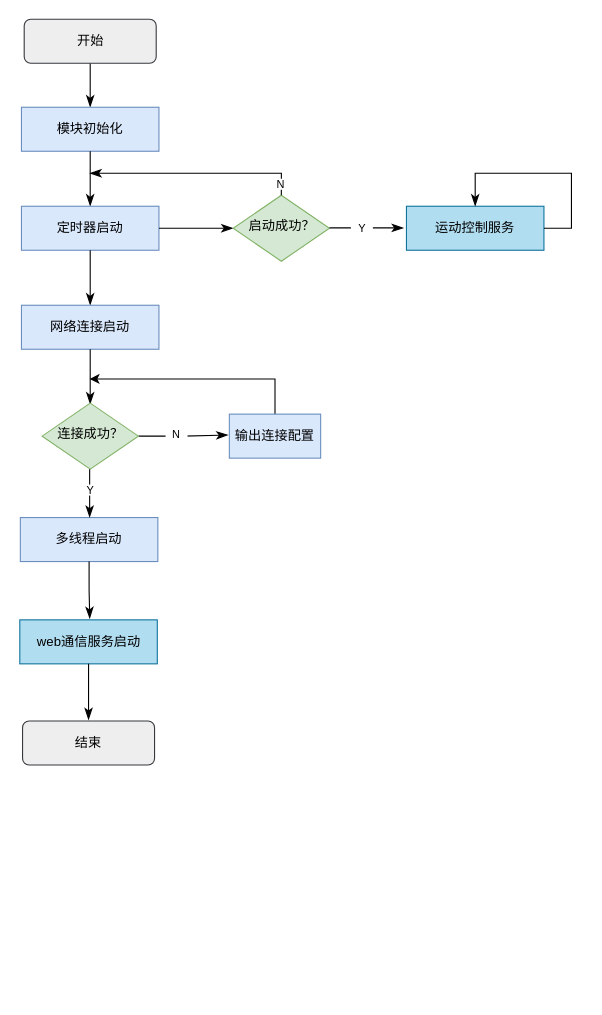
This is 图4.8mainpy文件.drawio from KAZAMA-DREAM/picture, a draw.io file, before an edit. Source tidied: cells renumbered, new cells numbered last; positions are measured from the earlier drawing's top-left corner, leaving out a move shared by most shapes. Both pictures are drawn from the tidied source at 110%, with x=0, y=0 at pixel (20, 19).
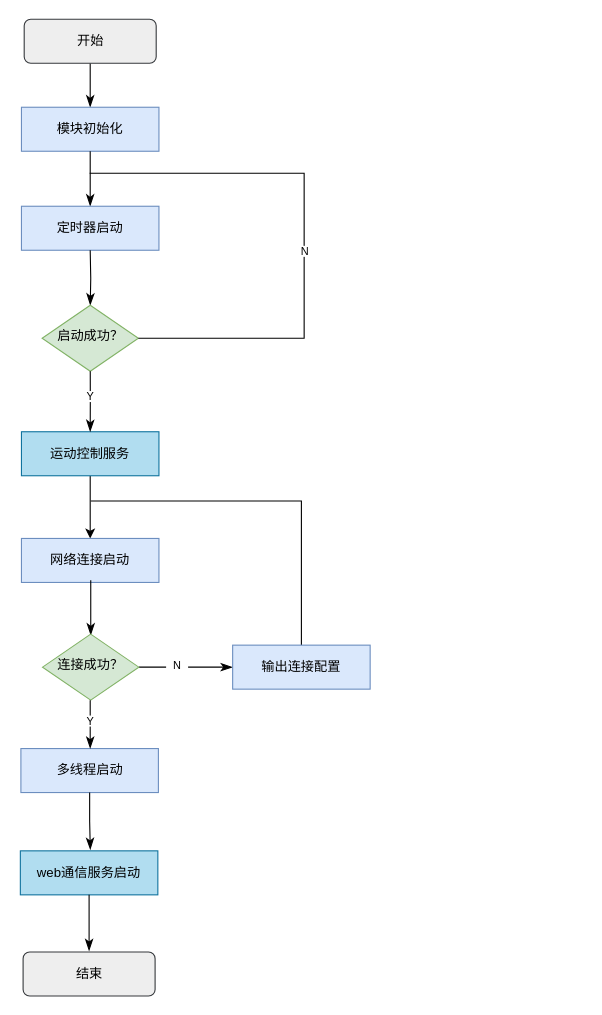
The same diagram, later.

Commit message:
更新图4.8mainpy文件.drawio

Unchanged cells that the change refers to:
```xml
<mxCell id="6" value="定时器启动" style="rounded=0;whiteSpace=wrap;html=1;fillColor=#dae8fc;strokeColor=#6c8ebf;" parent="1" vertex="1">
  <mxGeometry x="1" y="170" width="125" height="40" as="geometry" />
</mxCell>
```

What changed in the source:
```diff
@@
-    <mxCell id="7" style="rounded=0;html=1;jettySize=auto;orthogonalLoop=1;fontSize=11;endArrow=classicThin;endFill=1;endSize=8;strokeWidth=1;shadow=0;labelBackgroundColor=none;edgeStyle=orthogonalEdgeStyle;exitX=0.5;exitY=1;exitDx=0;exitDy=0;" parent="1" edge="1">
+    <mxCell id="7" style="rounded=0;html=1;jettySize=auto;fontSize=11;endArrow=classicThin;endFill=1;endSize=8;strokeWidth=1;shadow=0;labelBackgroundColor=none;edgeStyle=orthogonalEdgeStyle;exitX=0.5;exitY=1;exitDx=0;exitDy=0;entryX=0.5;entryY=0;entryDx=0;entryDy=0;" parent="1" edge="1" target="14">
       <mxGeometry relative="1" as="geometry">
         <mxPoint x="63.5" y="210" as="sourcePoint" />
-        <mxPoint x="63.5" y="260" as="targetPoint" />
       </mxGeometry>
     </mxCell>
-    <mxCell id="8" value="网络连接启动" style="rounded=0;whiteSpace=wrap;html=1;fillColor=#dae8fc;strokeColor=#6c8ebf;" parent="1" vertex="1">
-      <mxGeometry x="1" y="260" width="125" height="40" as="geometry" />
-    </mxCell>
-    <mxCell id="9" style="rounded=0;html=1;jettySize=auto;orthogonalLoop=1;fontSize=11;endArrow=classicThin;endFill=1;endSize=8;strokeWidth=1;shadow=0;labelBackgroundColor=none;edgeStyle=orthogonalEdgeStyle;exitX=0.5;exitY=1;exitDx=0;exitDy=0;" parent="1" edge="1">
-      <mxGeometry relative="1" as="geometry">
-        <mxPoint x="63.5" y="300" as="sourcePoint" />
-        <mxPoint x="63.5" y="350" as="targetPoint" />
-      </mxGeometry>
-    </mxCell>
-    <mxCell id="10" value="多线程启动" style="rounded=0;whiteSpace=wrap;html=1;fillColor=#dae8fc;strokeColor=#6c8ebf;" parent="1" vertex="1">
-      <mxGeometry y="453" width="125" height="40" as="geometry" />
-    </mxCell>
-    <mxCell id="11" style="rounded=0;html=1;jettySize=auto;fontSize=11;endArrow=classicThin;endFill=1;endSize=8;strokeWidth=1;shadow=0;labelBackgroundColor=none;edgeStyle=orthogonalEdgeStyle;exitX=1;exitY=0.5;exitDx=0;exitDy=0;" parent="1" edge="1" source="6">
-      <mxGeometry relative="1" as="geometry">
-        <mxPoint x="193.5" y="190" as="targetPoint" />
-      </mxGeometry>
-    </mxCell>
-    <mxCell id="12" style="rounded=0;html=1;jettySize=auto;fontSize=11;endArrow=classicThin;endFill=1;endSize=8;strokeWidth=1;shadow=0;labelBackgroundColor=none;edgeStyle=orthogonalEdgeStyle;exitX=1;exitY=0.5;exitDx=0;exitDy=0;" parent="1" edge="1" source="20">
-      <mxGeometry relative="1" as="geometry">
-        <mxPoint x="189" y="378" as="targetPoint" />
-      </mxGeometry>
-    </mxCell>
+    <mxCell id="30" style="edgeStyle=orthogonalEdgeStyle;rounded=0;jettySize=auto;html=1;" parent="1" edge="1" source="13" target="8">
+      <mxGeometry relative="1" as="geometry" />
+    </mxCell>
     <mxCell id="13" value="运动控制服务" style="rounded=0;whiteSpace=wrap;html=1;fillColor=#b1ddf0;strokeColor=#10739e;" parent="1" vertex="1">
-      <mxGeometry x="351" y="170" width="125" height="40" as="geometry" />
+      <mxGeometry x="1" y="375" width="125" height="40" as="geometry" />
     </mxCell>
     <mxCell id="14" value="启动成功？" style="rhombus;whiteSpace=wrap;html=1;shadow=0;fontFamily=Helvetica;fontSize=12;align=center;strokeWidth=1;spacing=6;spacingTop=-4;fillColor=#d5e8d4;strokeColor=#82b366;" parent="1" vertex="1">
-      <mxGeometry x="193.5" y="160" width="87.5" height="60" as="geometry" />
+      <mxGeometry x="19.8" y="260" width="87.5" height="60" as="geometry" />
     </mxCell>
-    <mxCell id="15" style="rounded=0;html=1;jettySize=auto;orthogonalLoop=1;fontSize=11;endArrow=classicThin;endFill=1;endSize=8;strokeWidth=1;shadow=0;labelBackgroundColor=none;edgeStyle=orthogonalEdgeStyle;exitX=1;exitY=0.5;exitDx=0;exitDy=0;" parent="1" edge="1">
-      <mxGeometry relative="1" as="geometry">
-        <mxPoint x="281" y="189.7" as="sourcePoint" />
-        <mxPoint x="348.5" y="189.7" as="targetPoint" />
-      </mxGeometry>
+    <mxCell id="15" style="rounded=0;html=1;jettySize=auto;fontSize=11;endArrow=classicThin;endFill=1;endSize=8;strokeWidth=1;shadow=0;labelBackgroundColor=none;edgeStyle=orthogonalEdgeStyle;exitX=0.5;exitY=1;exitDx=0;exitDy=0;entryX=0.5;entryY=0;entryDx=0;entryDy=0;" parent="1" edge="1" source="14" target="13">
+      <mxGeometry relative="1" as="geometry" />
     </mxCell>
-    <mxCell id="16" value="&lt;font style=&quot;font-size: 10px;&quot;&gt;Y&lt;/font&gt;" style="text;html=1;strokeColor=none;fillColor=default;align=center;verticalAlign=middle;whiteSpace=wrap;rounded=0;" parent="1" vertex="1">
-      <mxGeometry x="300.5" y="185" width="20" height="10" as="geometry" />
-    </mxCell>
-    <mxCell id="17" style="rounded=0;html=1;jettySize=auto;fontSize=11;endArrow=classicThin;endFill=1;endSize=8;strokeWidth=1;shadow=0;labelBackgroundColor=none;edgeStyle=orthogonalEdgeStyle;exitX=0.5;exitY=0;exitDx=0;exitDy=0;" parent="1" edge="1" source="14">
+    <mxCell id="17" style="rounded=0;html=1;jettySize=auto;fontSize=11;endArrow=none;endFill=0;endSize=8;strokeWidth=1;shadow=0;labelBackgroundColor=none;edgeStyle=orthogonalEdgeStyle;exitX=1;exitY=0.5;exitDx=0;exitDy=0;" parent="1" edge="1" source="14">
       <mxGeometry relative="1" as="geometry">
         <mxPoint x="63" y="140" as="targetPoint" />
         <Array as="points">
-          <mxPoint x="237" y="140" />
+          <mxPoint x="258" y="290" />
+          <mxPoint x="258" y="140" />
         </Array>
       </mxGeometry>
     </mxCell>
     <mxCell id="18" value="&lt;font style=&quot;font-size: 10px;&quot;&gt;N&lt;/font&gt;" style="text;html=1;strokeColor=none;fillColor=default;align=center;verticalAlign=middle;whiteSpace=wrap;rounded=0;" parent="1" vertex="1">
-      <mxGeometry x="227.2" y="145" width="20" height="10" as="geometry" />
+      <mxGeometry x="249" y="206" width="20" height="10" as="geometry" />
     </mxCell>
-    <mxCell id="19" style="rounded=0;html=1;jettySize=auto;orthogonalLoop=1;fontSize=11;endArrow=classicThin;endFill=1;endSize=8;strokeWidth=1;shadow=0;labelBackgroundColor=none;edgeStyle=orthogonalEdgeStyle;exitX=1;exitY=0.5;exitDx=0;exitDy=0;entryX=0.5;entryY=0;entryDx=0;entryDy=0;" parent="1" edge="1" source="13" target="13">
-      <mxGeometry relative="1" as="geometry">
-        <Array as="points">
-          <mxPoint x="501" y="190" />
-          <mxPoint x="501" y="140" />
-          <mxPoint x="414" y="140" />
-        </Array>
-      </mxGeometry>
-    </mxCell>
+    <mxCell id="8" value="网络连接启动" style="rounded=0;whiteSpace=wrap;html=1;fillColor=#dae8fc;strokeColor=#6c8ebf;" parent="1" vertex="1">
+      <mxGeometry x="1" y="472" width="125" height="40" as="geometry" />
+    </mxCell>
+    <mxCell id="31" style="rounded=0;html=1;jettySize=auto;orthogonalLoop=1;fontSize=11;endArrow=classicThin;endFill=1;endSize=8;strokeWidth=1;shadow=0;labelBackgroundColor=none;edgeStyle=orthogonalEdgeStyle;exitX=0.5;exitY=1;exitDx=0;exitDy=0;" parent="1" edge="1">
+      <mxGeometry relative="1" as="geometry">
+        <mxPoint x="64" y="510" as="sourcePoint" />
+        <mxPoint x="64" y="560" as="targetPoint" />
+      </mxGeometry>
+    </mxCell>
+    <mxCell id="10" value="多线程启动" style="rounded=0;whiteSpace=wrap;html=1;fillColor=#dae8fc;strokeColor=#6c8ebf;" parent="1" vertex="1">
+      <mxGeometry x="0.5" y="663" width="125" height="40" as="geometry" />
+    </mxCell>
+    <mxCell id="32" style="rounded=0;html=1;jettySize=auto;fontSize=11;endArrow=classicThin;endFill=1;endSize=8;strokeWidth=1;shadow=0;labelBackgroundColor=none;edgeStyle=orthogonalEdgeStyle;exitX=1;exitY=0.5;exitDx=0;exitDy=0;entryX=0;entryY=0.5;entryDx=0;entryDy=0;" parent="1" edge="1" source="20" target="25">
+      <mxGeometry relative="1" as="geometry" />
+    </mxCell>
     <mxCell id="20" value="连接成功？" style="rhombus;whiteSpace=wrap;html=1;shadow=0;fontFamily=Helvetica;fontSize=12;align=center;strokeWidth=1;spacing=6;spacingTop=-4;fillColor=#d5e8d4;strokeColor=#82b366;" parent="1" vertex="1">
-      <mxGeometry x="19.8" y="349" width="87.5" height="60" as="geometry" />
+      <mxGeometry x="20.2" y="559" width="87.5" height="60" as="geometry" />
     </mxCell>
-    <mxCell id="21" style="rounded=0;html=1;jettySize=auto;orthogonalLoop=1;fontSize=11;endArrow=classicThin;endFill=1;endSize=8;strokeWidth=1;shadow=0;labelBackgroundColor=none;edgeStyle=orthogonalEdgeStyle;exitX=0.5;exitY=1;exitDx=0;exitDy=0;" parent="1" edge="1">
-      <mxGeometry relative="1" as="geometry">
-        <mxPoint x="63" y="409" as="sourcePoint" />
-        <mxPoint x="63" y="453" as="targetPoint" />
-      </mxGeometry>
-    </mxCell>
-    <mxCell id="22" value="&lt;font style=&quot;font-size: 10px;&quot;&gt;Y&lt;/font&gt;" style="text;html=1;strokeColor=none;fillColor=default;align=center;verticalAlign=middle;whiteSpace=wrap;rounded=0;" parent="1" vertex="1">
-      <mxGeometry x="53.5" y="423" width="20" height="10" as="geometry" />
-    </mxCell>
+    <mxCell id="33" style="rounded=0;html=1;jettySize=auto;orthogonalLoop=1;fontSize=11;endArrow=classicThin;endFill=1;endSize=8;strokeWidth=1;shadow=0;labelBackgroundColor=none;edgeStyle=orthogonalEdgeStyle;exitX=0.5;exitY=1;exitDx=0;exitDy=0;" parent="1" edge="1">
+      <mxGeometry relative="1" as="geometry">
+        <mxPoint x="63.5" y="619" as="sourcePoint" />
+        <mxPoint x="63.5" y="663" as="targetPoint" />
+      </mxGeometry>
+    </mxCell>
+    <mxCell id="34" value="&lt;font style=&quot;font-size: 10px;&quot;&gt;Y&lt;/font&gt;" style="text;html=1;strokeColor=none;fillColor=default;align=center;verticalAlign=middle;whiteSpace=wrap;rounded=0;" parent="1" vertex="1">
+      <mxGeometry x="54" y="633" width="20" height="10" as="geometry" />
+    </mxCell>
     <mxCell id="23" value="&lt;font style=&quot;font-size: 10px;&quot;&gt;N&lt;/font&gt;" style="text;html=1;strokeColor=none;fillColor=default;align=center;verticalAlign=middle;whiteSpace=wrap;rounded=0;" parent="1" vertex="1">
-      <mxGeometry x="132" y="372" width="20" height="10" as="geometry" />
+      <mxGeometry x="132.5" y="582" width="20" height="10" as="geometry" />
     </mxCell>
-    <mxCell id="24" style="edgeStyle=orthogonalEdgeStyle;rounded=0;jettySize=auto;html=1;" parent="1" edge="1" source="25">
-      <mxGeometry relative="1" as="geometry">
-        <mxPoint x="63" y="327" as="targetPoint" />
-        <Array as="points">
-          <mxPoint x="231" y="327" />
-          <mxPoint x="66" y="327" />
-        </Array>
-      </mxGeometry>
-    </mxCell>
+    <mxCell id="26" value="web通信服务启动" style="rounded=0;whiteSpace=wrap;html=1;fillColor=#b1ddf0;strokeColor=#10739e;" parent="1" vertex="1">
+      <mxGeometry y="756" width="125" height="40" as="geometry" />
+    </mxCell>
+    <mxCell id="35" style="rounded=0;html=1;jettySize=auto;fontSize=11;endArrow=classicThin;endFill=1;endSize=8;strokeWidth=1;shadow=0;labelBackgroundColor=none;edgeStyle=orthogonalEdgeStyle;exitX=0.5;exitY=1;exitDx=0;exitDy=0;" parent="1" edge="1" source="26">
+      <mxGeometry relative="1" as="geometry">
+        <mxPoint x="62.5" y="847" as="targetPoint" />
+      </mxGeometry>
+    </mxCell>
+    <mxCell id="28" value="结束" style="rounded=1;whiteSpace=wrap;html=1;fontSize=12;glass=0;strokeWidth=1;shadow=0;fillColor=#eeeeee;strokeColor=#36393d;" parent="1" vertex="1">
+      <mxGeometry x="2.5" y="848" width="120" height="40" as="geometry" />
+    </mxCell>
+    <mxCell id="36" style="rounded=0;html=1;jettySize=auto;fontSize=11;endArrow=classicThin;endFill=1;endSize=8;strokeWidth=1;shadow=0;labelBackgroundColor=none;edgeStyle=orthogonalEdgeStyle;exitX=0.5;exitY=1;exitDx=0;exitDy=0;" parent="1" edge="1" source="10">
+      <mxGeometry relative="1" as="geometry">
+        <mxPoint x="63.6" y="755" as="targetPoint" />
+        <Array as="points">
+          <mxPoint x="63.5" y="729" />
+          <mxPoint x="63.5" y="729" />
+        </Array>
+      </mxGeometry>
+    </mxCell>
+    <mxCell id="37" style="endArrow=none;html=1;rounded=0;edgeStyle=orthogonalEdgeStyle;exitX=0.5;exitY=0;exitDx=0;exitDy=0;" parent="1" edge="1" source="25">
+      <mxGeometry relative="1" as="geometry">
+        <mxPoint x="64" y="438" as="targetPoint" />
+        <Array as="points">
+          <mxPoint x="256" y="438" />
+        </Array>
+      </mxGeometry>
+    </mxCell>
     <mxCell id="25" value="输出连接配置" style="rounded=0;whiteSpace=wrap;html=1;fillColor=#dae8fc;strokeColor=#6c8ebf;" parent="1" vertex="1">
-      <mxGeometry x="190" y="359" width="83" height="40" as="geometry" />
+      <mxGeometry x="193" y="569" width="125" height="40" as="geometry" />
     </mxCell>
-    <mxCell id="26" value="web通信服务启动" style="rounded=0;whiteSpace=wrap;html=1;fillColor=#b1ddf0;strokeColor=#10739e;" parent="1" vertex="1">
-      <mxGeometry x="-0.5" y="546" width="125" height="40" as="geometry" />
-    </mxCell>
-    <mxCell id="27" style="rounded=0;html=1;jettySize=auto;fontSize=11;endArrow=classicThin;endFill=1;endSize=8;strokeWidth=1;shadow=0;labelBackgroundColor=none;edgeStyle=orthogonalEdgeStyle;exitX=0.5;exitY=1;exitDx=0;exitDy=0;" parent="1" edge="1" source="26">
-      <mxGeometry relative="1" as="geometry">
-        <mxPoint x="62" y="637" as="targetPoint" />
-      </mxGeometry>
-    </mxCell>
-    <mxCell id="28" value="结束" style="rounded=1;whiteSpace=wrap;html=1;fontSize=12;glass=0;strokeWidth=1;shadow=0;fillColor=#eeeeee;strokeColor=#36393d;" parent="1" vertex="1">
-      <mxGeometry x="2" y="638" width="120" height="40" as="geometry" />
-    </mxCell>
-    <mxCell id="29" style="rounded=0;html=1;jettySize=auto;fontSize=11;endArrow=classicThin;endFill=1;endSize=8;strokeWidth=1;shadow=0;labelBackgroundColor=none;edgeStyle=orthogonalEdgeStyle;exitX=0.5;exitY=1;exitDx=0;exitDy=0;" parent="1" edge="1" source="10">
-      <mxGeometry relative="1" as="geometry">
-        <mxPoint x="63.1" y="545" as="targetPoint" />
-        <Array as="points">
-          <mxPoint x="63" y="519" />
-          <mxPoint x="63" y="519" />
-        </Array>
-      </mxGeometry>
-    </mxCell>
+    <mxCell id="38" value="&lt;font style=&quot;font-size: 10px;&quot;&gt;Y&lt;/font&gt;" style="text;html=1;strokeColor=none;fillColor=default;align=center;verticalAlign=middle;whiteSpace=wrap;rounded=0;" parent="1" vertex="1">
+      <mxGeometry x="54" y="338" width="20" height="10" as="geometry" />
+    </mxCell>
```
